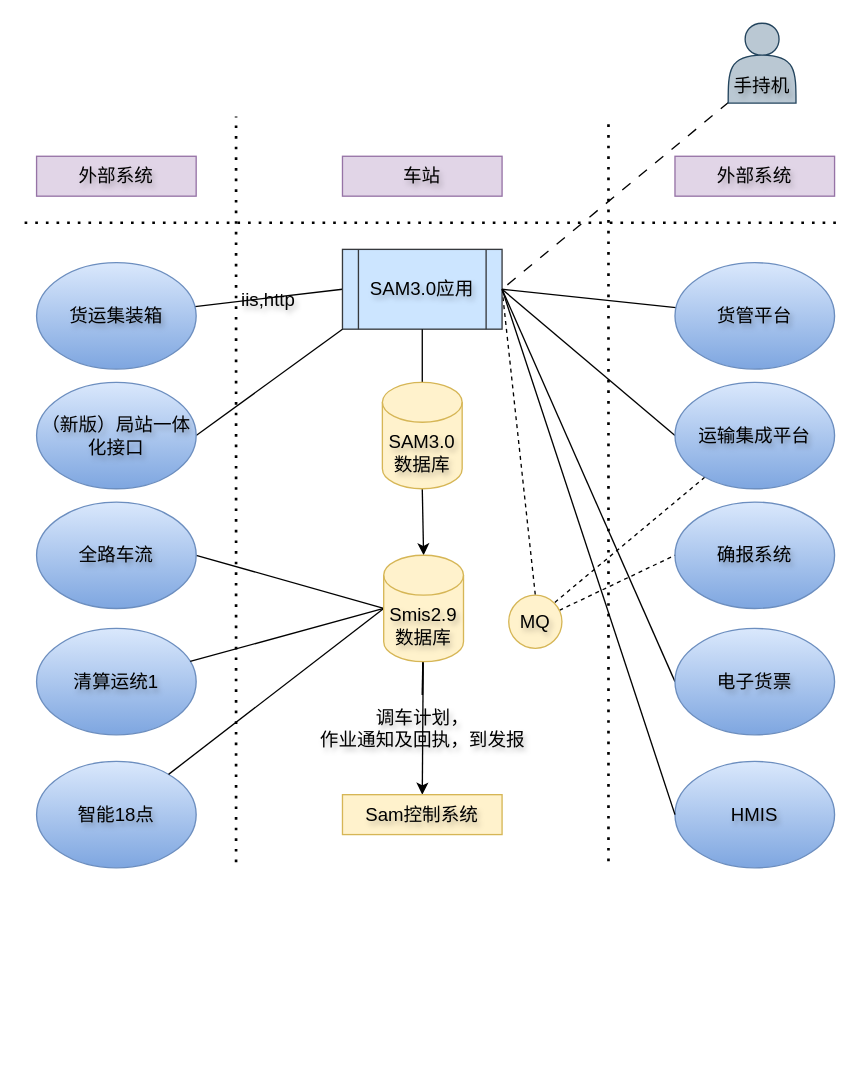
Earlier version of the draw.io diagram 新丰镇切换方案网络架构图/Sam3.0网络架构.drawio (wxl18335844494/myFlowChart). Source tidied: cells renumbered, new cells numbered last; positions are measured from the earlier drawing's top-left corner, leaving out a move shared by most shapes. Both pictures are drawn from the tidied source at 133%, with x=0, y=0 at pixel (24, 23).
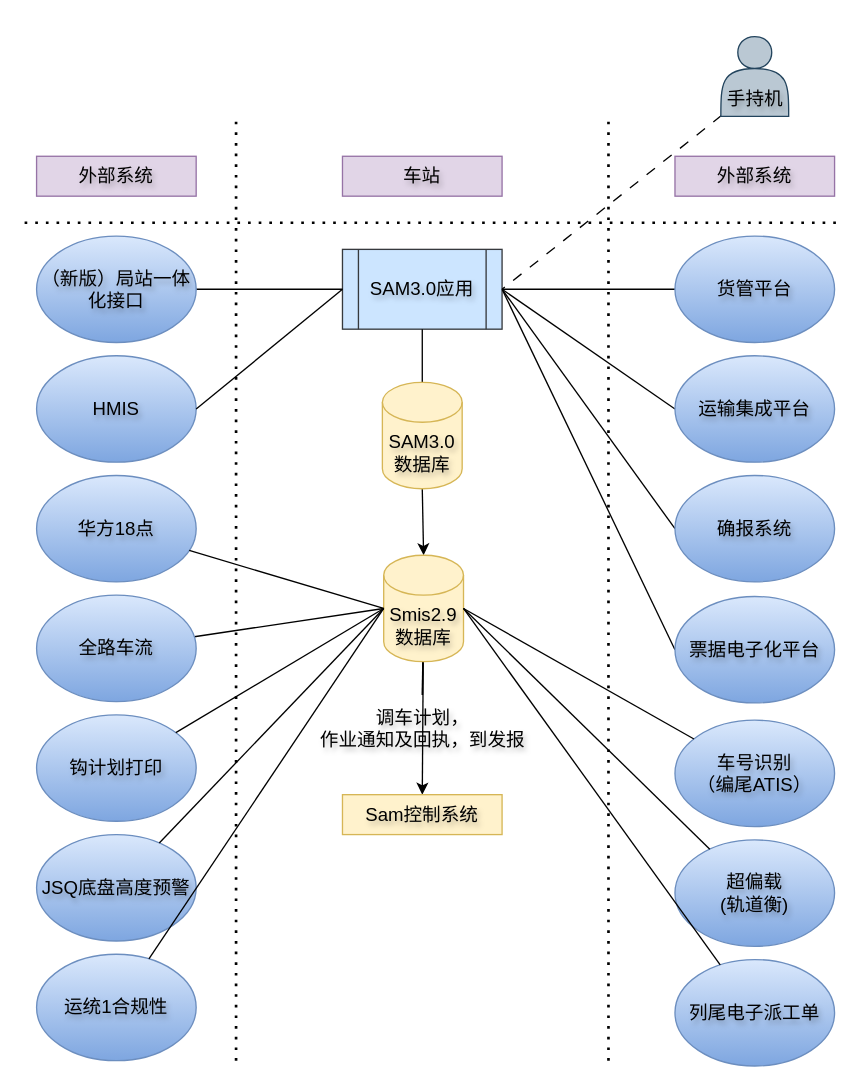
The same diagram, later.

Commit message:
更新Sam3.0网络架构.drawio

The change refers to these unchanged cells:
```xml
<mxCell id="11" value="&lt;font&gt;SAM3.0应用&lt;/font&gt;" style="shape=process;whiteSpace=wrap;html=1;backgroundOutline=1;hachureGap=4;fontFamily=Helvetica;fontSize=14;fillColor=#cce5ff;strokeColor=#36393d;textShadow=1;labelBackgroundColor=none;labelBorderColor=none;" parent="1" vertex="1">
  <mxGeometry x="239" y="170" width="120" height="60" as="geometry" />
</mxCell>
<mxCell id="43" value="&lt;font&gt;Smis2.9&lt;/font&gt;&lt;div&gt;&lt;font&gt;数据库&lt;/font&gt;&lt;/div&gt;" style="shape=cylinder3;whiteSpace=wrap;html=1;boundedLbl=1;backgroundOutline=1;size=15;hachureGap=4;fontFamily=Helvetica;fontSize=14;fillColor=#fff2cc;strokeColor=#d6b656;textShadow=1;labelBackgroundColor=none;labelBorderColor=none;" parent="1" vertex="1">
  <mxGeometry x="270" y="400" width="60" height="80" as="geometry" />
</mxCell>
```

The edit, as a diff of the source:
```diff
@@
-    <mxCell id="5" style="rounded=0;hachureGap=4;jettySize=auto;html=1;entryX=0;entryY=0.5;entryDx=0;entryDy=0;fontFamily=Helvetica;endArrow=none;endFill=0;fontSize=14;textShadow=1;labelBackgroundColor=none;labelBorderColor=none;" parent="1" edge="1" source="7" target="11">
-      <mxGeometry relative="1" as="geometry" />
-    </mxCell>
-    <mxCell id="6" value="iis,http" style="edgeLabel;html=1;align=center;verticalAlign=middle;sketch=1;hachureGap=4;jiggle=2;curveFitting=1;fontFamily=Helvetica;fontSize=14;textShadow=1;labelBackgroundColor=none;labelBorderColor=none;" parent="5" vertex="1">
-      <mxGeometry x="-0.04" y="-1" relative="1" as="geometry">
-        <mxPoint x="1" as="offset" />
-      </mxGeometry>
-    </mxCell>
-    <mxCell id="7" value="&lt;font&gt;货运集装箱&lt;/font&gt;" style="ellipse;whiteSpace=wrap;html=1;hachureGap=4;fontFamily=Helvetica;fontSize=14;fillColor=#dae8fc;strokeColor=#6c8ebf;textShadow=1;labelBackgroundColor=none;labelBorderColor=none;gradientColor=#7ea6e0;" parent="1" vertex="1">
-      <mxGeometry x="9" y="180" width="120" height="80" as="geometry" />
-    </mxCell>
-    <mxCell id="8" value="&lt;font&gt;清算运统1&lt;/font&gt;" style="ellipse;whiteSpace=wrap;html=1;hachureGap=4;fontFamily=Helvetica;fontSize=14;fillColor=#dae8fc;strokeColor=#6c8ebf;textShadow=1;labelBackgroundColor=none;labelBorderColor=none;gradientColor=#7ea6e0;" parent="1" vertex="1">
-      <mxGeometry x="9" y="455" width="120" height="80" as="geometry" />
-    </mxCell>
-    <mxCell id="9" value="智能18点" style="ellipse;whiteSpace=wrap;html=1;hachureGap=4;fontFamily=Helvetica;fontSize=14;fillColor=#dae8fc;strokeColor=#6c8ebf;textShadow=1;labelBackgroundColor=none;labelBorderColor=none;gradientColor=#7ea6e0;" parent="1" vertex="1">
-      <mxGeometry x="9" y="555" width="120" height="80" as="geometry" />
-    </mxCell>
-    <mxCell id="10" style="rounded=0;hachureGap=4;jettySize=auto;html=1;entryX=0.5;entryY=0;entryDx=0;entryDy=0;fontFamily=Architects Daughter;endArrow=none;endFill=0;dashed=1;exitX=1;exitY=0.5;exitDx=0;exitDy=0;textShadow=1;labelBackgroundColor=none;labelBorderColor=none;" parent="1" edge="1" source="11" target="29">
-      <mxGeometry relative="1" as="geometry" />
-    </mxCell>
+    <mxCell id="44" style="rounded=0;hachureGap=4;jettySize=auto;html=1;entryX=0;entryY=0.5;entryDx=0;entryDy=0;fontFamily=Architects Daughter;endArrow=none;endFill=0;exitX=1;exitY=0.5;exitDx=0;exitDy=0;" parent="1" edge="1" source="11" target="22">
+      <mxGeometry relative="1" as="geometry" />
+    </mxCell>
@@
     <mxCell id="15" style="endArrow=none;dashed=1;html=1;dashPattern=1 3;strokeWidth=2;rounded=0;hachureGap=4;fontFamily=Helvetica;fontSize=14;textShadow=1;labelBackgroundColor=none;labelBorderColor=none;" parent="1" edge="1">
       <mxGeometry relative="1" as="geometry">
-        <mxPoint x="439" y="630" as="sourcePoint" />
+        <mxPoint x="439" y="780" as="sourcePoint" />
         <mxPoint x="439" y="70" as="targetPoint" />
       </mxGeometry>
     </mxCell>
@@
     <mxCell id="17" style="endArrow=none;dashed=1;html=1;dashPattern=1 3;strokeWidth=2;rounded=0;hachureGap=4;fontFamily=Helvetica;fontSize=14;textShadow=1;labelBackgroundColor=none;labelBorderColor=none;" parent="1" edge="1">
       <mxGeometry relative="1" as="geometry">
-        <mxPoint x="159" y="630.8" as="sourcePoint" />
+        <mxPoint x="159" y="780" as="sourcePoint" />
         <mxPoint x="159" y="70" as="targetPoint" />
       </mxGeometry>
     </mxCell>
-    <mxCell id="18" style="rounded=0;hachureGap=4;jettySize=auto;html=1;entryX=0;entryY=0.5;entryDx=0;entryDy=0;fontFamily=Architects Daughter;exitX=1;exitY=0.5;exitDx=0;exitDy=0;endArrow=none;endFill=0;entryPerimeter=0;textShadow=1;labelBackgroundColor=none;labelBorderColor=none;" parent="1" edge="1" source="19" target="43">
-      <mxGeometry relative="1" as="geometry" />
-    </mxCell>
-    <mxCell id="19" value="&lt;span&gt;全路车流&lt;/span&gt;" style="ellipse;whiteSpace=wrap;html=1;hachureGap=4;fontFamily=Helvetica;fontSize=14;fillColor=#dae8fc;strokeColor=#6c8ebf;textShadow=1;labelBackgroundColor=none;labelBorderColor=none;gradientColor=#7ea6e0;" parent="1" vertex="1">
-      <mxGeometry x="9" y="360" width="120" height="80" as="geometry" />
-    </mxCell>
@@
     <mxCell id="21" value="货管平台" style="ellipse;whiteSpace=wrap;html=1;hachureGap=4;fontFamily=Helvetica;fontSize=14;fillColor=#dae8fc;strokeColor=#6c8ebf;textShadow=1;labelBackgroundColor=none;labelBorderColor=none;fillStyle=auto;gradientColor=#7ea6e0;" parent="1" vertex="1">
-      <mxGeometry x="489" y="180" width="120" height="80" as="geometry" />
+      <mxGeometry x="489" y="160" width="120" height="80" as="geometry" />
     </mxCell>
     <mxCell id="22" value="&lt;font&gt;确报系统&lt;/font&gt;" style="ellipse;whiteSpace=wrap;html=1;hachureGap=4;fontFamily=Helvetica;fontSize=14;fillColor=#dae8fc;strokeColor=#6c8ebf;textShadow=1;labelBackgroundColor=none;labelBorderColor=none;fillStyle=auto;gradientColor=#7ea6e0;" parent="1" vertex="1">
-      <mxGeometry x="489" y="360" width="120" height="80" as="geometry" />
+      <mxGeometry x="489" y="340" width="120" height="80" as="geometry" />
     </mxCell>
@@
-    <mxCell id="24" style="rounded=0;hachureGap=4;jettySize=auto;html=1;entryX=1;entryY=0;entryDx=0;entryDy=0;fontFamily=Helvetica;endArrow=none;endFill=0;dashed=1;fontSize=14;textShadow=1;labelBackgroundColor=none;labelBorderColor=none;" parent="1" edge="1" source="25" target="29">
-      <mxGeometry relative="1" as="geometry" />
-    </mxCell>
     <mxCell id="25" value="&lt;font&gt;运输集成平台&lt;/font&gt;" style="ellipse;whiteSpace=wrap;html=1;hachureGap=4;fontFamily=Helvetica;fontSize=14;fillColor=#dae8fc;strokeColor=#6c8ebf;textShadow=1;labelBackgroundColor=none;labelBorderColor=none;fillStyle=auto;gradientColor=#7ea6e0;" parent="1" vertex="1">
-      <mxGeometry x="489" y="270" width="120" height="80" as="geometry" />
+      <mxGeometry x="489" y="250" width="120" height="80" as="geometry" />
     </mxCell>
@@
-    <mxCell id="27" value="&lt;font&gt;电子货票&lt;/font&gt;" style="ellipse;whiteSpace=wrap;html=1;hachureGap=4;fontFamily=Helvetica;fontSize=14;fillColor=#dae8fc;strokeColor=#6c8ebf;textShadow=1;labelBackgroundColor=none;labelBorderColor=none;fillStyle=auto;gradientColor=#7ea6e0;" parent="1" vertex="1">
-      <mxGeometry x="489" y="455" width="120" height="80" as="geometry" />
+    <mxCell id="27" value="票据电子化平台" style="ellipse;whiteSpace=wrap;html=1;hachureGap=4;fontFamily=Helvetica;fontSize=14;fillColor=#dae8fc;strokeColor=#6c8ebf;textShadow=1;labelBackgroundColor=none;labelBorderColor=none;fillStyle=auto;gradientColor=#7ea6e0;" parent="1" vertex="1">
+      <mxGeometry x="489" y="431" width="120" height="80" as="geometry" />
     </mxCell>
-    <mxCell id="28" style="rounded=0;hachureGap=4;jettySize=auto;html=1;entryX=0;entryY=0.5;entryDx=0;entryDy=0;fontFamily=Architects Daughter;endArrow=none;endFill=0;dashed=1;textShadow=1;labelBackgroundColor=none;labelBorderColor=none;" parent="1" edge="1" source="29" target="22">
-      <mxGeometry relative="1" as="geometry" />
-    </mxCell>
-    <mxCell id="29" value="MQ" style="ellipse;whiteSpace=wrap;html=1;hachureGap=4;fontFamily=Helvetica;fillColor=#fff2cc;strokeColor=#d6b656;fontSize=14;textShadow=1;labelBackgroundColor=none;labelBorderColor=none;" parent="1" vertex="1">
-      <mxGeometry x="364" y="430" width="40" height="40" as="geometry" />
-    </mxCell>
@@
     <mxCell id="31" value="&lt;div&gt;&lt;br&gt;&lt;/div&gt;&lt;div&gt;&lt;br&gt;&lt;/div&gt;手持机" style="shape=actor;whiteSpace=wrap;html=1;hachureGap=4;fontFamily=Helvetica;fontSize=14;textShadow=1;labelBackgroundColor=none;labelBorderColor=none;fillColor=#bac8d3;strokeColor=#23445d;" parent="1" vertex="1">
-      <mxGeometry x="529" width="51" height="60" as="geometry" />
+      <mxGeometry x="523.5" y="10" width="51" height="60" as="geometry" />
     </mxCell>
     <mxCell id="32" value="&lt;font&gt;HMIS&lt;/font&gt;" style="ellipse;whiteSpace=wrap;html=1;hachureGap=4;fontFamily=Helvetica;fontSize=14;fillColor=#dae8fc;strokeColor=#6c8ebf;textShadow=1;labelBackgroundColor=none;labelBorderColor=none;fillStyle=auto;gradientColor=#7ea6e0;" parent="1" vertex="1">
-      <mxGeometry x="489" y="555" width="120" height="80" as="geometry" />
+      <mxGeometry x="9" y="250" width="120" height="80" as="geometry" />
     </mxCell>
@@
-    <mxCell id="35" style="rounded=0;hachureGap=4;jettySize=auto;html=1;entryX=1;entryY=0.5;entryDx=0;entryDy=0;fontFamily=Architects Daughter;endArrow=none;endFill=0;exitX=0;exitY=0.5;exitDx=0;exitDy=0;textShadow=1;labelBackgroundColor=none;labelBorderColor=none;" parent="1" edge="1" source="32" target="11">
+    <mxCell id="35" style="rounded=0;hachureGap=4;jettySize=auto;html=1;entryX=0;entryY=0.5;entryDx=0;entryDy=0;fontFamily=Architects Daughter;endArrow=none;endFill=0;exitX=1;exitY=0.5;exitDx=0;exitDy=0;textShadow=1;labelBackgroundColor=none;labelBorderColor=none;" parent="1" edge="1" source="32" target="11">
       <mxGeometry relative="1" as="geometry" />
     </mxCell>
-    <mxCell id="36" style="rounded=0;hachureGap=4;jettySize=auto;html=1;entryX=0;entryY=0.5;entryDx=0;entryDy=0;entryPerimeter=0;fontFamily=Architects Daughter;endArrow=none;endFill=0;textShadow=1;labelBackgroundColor=none;labelBorderColor=none;" parent="1" edge="1" source="8" target="43">
-      <mxGeometry relative="1" as="geometry" />
-    </mxCell>
@@
-    <mxCell id="39" style="rounded=0;hachureGap=4;jettySize=auto;html=1;entryX=0;entryY=0.5;entryDx=0;entryDy=0;entryPerimeter=0;fontFamily=Architects Daughter;endArrow=none;endFill=0;textShadow=1;labelBackgroundColor=none;labelBorderColor=none;" parent="1" edge="1" source="9" target="43">
-      <mxGeometry relative="1" as="geometry" />
-    </mxCell>
-    <mxCell id="40" style="rounded=0;hachureGap=4;jettySize=auto;html=1;entryX=0;entryY=1;entryDx=0;entryDy=0;fontFamily=Architects Daughter;endArrow=none;endFill=0;startArrow=none;startFill=0;exitX=1;exitY=0.5;exitDx=0;exitDy=0;textShadow=1;labelBackgroundColor=none;labelBorderColor=none;" parent="1" edge="1" source="41" target="11">
+    <mxCell id="40" style="rounded=0;hachureGap=4;jettySize=auto;html=1;entryX=0;entryY=0.5;entryDx=0;entryDy=0;fontFamily=Architects Daughter;endArrow=none;endFill=0;startArrow=none;startFill=0;exitX=1;exitY=0.5;exitDx=0;exitDy=0;textShadow=1;labelBackgroundColor=none;labelBorderColor=none;" parent="1" edge="1" source="41" target="11">
       <mxGeometry relative="1" as="geometry" />
     </mxCell>
     <mxCell id="41" value="&lt;span&gt;（新版）局站一体化接口&lt;/span&gt;" style="ellipse;whiteSpace=wrap;html=1;hachureGap=4;fontFamily=Helvetica;fontSize=14;fillColor=#dae8fc;strokeColor=#6c8ebf;textShadow=1;labelBackgroundColor=none;labelBorderColor=none;gradientColor=#7ea6e0;" parent="1" vertex="1">
-      <mxGeometry x="9" y="270" width="120" height="80" as="geometry" />
+      <mxGeometry x="9" y="160" width="120" height="80" as="geometry" />
     </mxCell>
@@
+    <mxCell id="45" value="&lt;font&gt;车号识别&lt;/font&gt;&lt;div&gt;&lt;font&gt;（编尾ATIS）&lt;/font&gt;&lt;/div&gt;" style="ellipse;whiteSpace=wrap;html=1;hachureGap=4;fontFamily=Helvetica;fontSize=14;fillColor=#dae8fc;strokeColor=#6c8ebf;gradientColor=#7ea6e0;textShadow=1;" parent="1" vertex="1">
+      <mxGeometry x="489" y="524" width="120" height="80" as="geometry" />
+    </mxCell>
+    <mxCell id="46" value="超偏载&lt;br&gt;(轨道衡)" style="ellipse;whiteSpace=wrap;html=1;hachureGap=4;fontFamily=Helvetica;fontSize=14;fillColor=#dae8fc;strokeColor=#6c8ebf;gradientColor=#7ea6e0;textShadow=1;" parent="1" vertex="1">
+      <mxGeometry x="489" y="614" width="120" height="80" as="geometry" />
+    </mxCell>
+    <mxCell id="47" value="列尾电子派工单" style="ellipse;whiteSpace=wrap;html=1;hachureGap=4;fontFamily=Helvetica;fontSize=14;fillColor=#dae8fc;strokeColor=#6c8ebf;gradientColor=#7ea6e0;textShadow=1;" parent="1" vertex="1">
+      <mxGeometry x="489" y="704" width="120" height="80" as="geometry" />
+    </mxCell>
+    <mxCell id="48" value="华方18点" style="ellipse;whiteSpace=wrap;html=1;hachureGap=4;fontFamily=Helvetica;fontSize=14;fillColor=#dae8fc;strokeColor=#6c8ebf;gradientColor=#7ea6e0;textShadow=1;" parent="1" vertex="1">
+      <mxGeometry x="9" y="340" width="120" height="80" as="geometry" />
+    </mxCell>
+    <mxCell id="49" style="rounded=0;hachureGap=4;jettySize=auto;html=1;fontFamily=Architects Daughter;endArrow=none;endFill=0;" parent="1" edge="1" source="19">
+      <mxGeometry relative="1" as="geometry">
+        <mxPoint x="270" y="440" as="targetPoint" />
+      </mxGeometry>
+    </mxCell>
+    <mxCell id="19" value="&lt;span&gt;全路车流&lt;/span&gt;" style="ellipse;whiteSpace=wrap;html=1;hachureGap=4;fontFamily=Helvetica;fontSize=14;fillColor=#dae8fc;strokeColor=#6c8ebf;gradientColor=#7ea6e0;textShadow=1;" parent="1" vertex="1">
+      <mxGeometry x="9" y="430" width="120" height="80" as="geometry" />
+    </mxCell>
+    <mxCell id="50" value="&lt;span&gt;钩计划打印&lt;/span&gt;" style="ellipse;whiteSpace=wrap;html=1;hachureGap=4;fontFamily=Helvetica;fontSize=14;fillColor=#dae8fc;strokeColor=#6c8ebf;gradientColor=#7ea6e0;textShadow=1;" parent="1" vertex="1">
+      <mxGeometry x="9" y="520" width="120" height="80" as="geometry" />
+    </mxCell>
+    <mxCell id="51" value="&lt;span&gt;JSQ底盘高度预警&lt;/span&gt;" style="ellipse;whiteSpace=wrap;html=1;hachureGap=4;fontFamily=Helvetica;fontSize=14;fillColor=#dae8fc;strokeColor=#6c8ebf;gradientColor=#7ea6e0;textShadow=1;" parent="1" vertex="1">
+      <mxGeometry x="9" y="610" width="120" height="80" as="geometry" />
+    </mxCell>
+    <mxCell id="52" value="&lt;span&gt;运统1合规性&lt;/span&gt;" style="ellipse;whiteSpace=wrap;html=1;hachureGap=4;fontFamily=Helvetica;fontSize=14;fillColor=#dae8fc;strokeColor=#6c8ebf;gradientColor=#7ea6e0;textShadow=1;" parent="1" vertex="1">
+      <mxGeometry x="9" y="700" width="120" height="80" as="geometry" />
+    </mxCell>
+    <mxCell id="53" style="rounded=0;hachureGap=4;jettySize=auto;html=1;entryX=0;entryY=0.5;entryDx=0;entryDy=0;entryPerimeter=0;fontFamily=Architects Daughter;endArrow=none;endFill=0;" parent="1" edge="1" source="48" target="43">
+      <mxGeometry relative="1" as="geometry" />
+    </mxCell>
+    <mxCell id="54" style="rounded=0;hachureGap=4;jettySize=auto;html=1;entryX=0;entryY=0.5;entryDx=0;entryDy=0;entryPerimeter=0;fontFamily=Architects Daughter;endArrow=none;endFill=0;" parent="1" edge="1" source="50" target="43">
+      <mxGeometry relative="1" as="geometry" />
+    </mxCell>
+    <mxCell id="55" style="rounded=0;hachureGap=4;jettySize=auto;html=1;entryX=0;entryY=0.5;entryDx=0;entryDy=0;entryPerimeter=0;fontFamily=Architects Daughter;endArrow=none;endFill=0;" parent="1" edge="1" source="51" target="43">
+      <mxGeometry relative="1" as="geometry" />
+    </mxCell>
+    <mxCell id="56" style="rounded=0;hachureGap=4;jettySize=auto;html=1;entryX=0;entryY=0.5;entryDx=0;entryDy=0;entryPerimeter=0;fontFamily=Architects Daughter;endArrow=none;endFill=0;" parent="1" edge="1" source="52" target="43">
+      <mxGeometry relative="1" as="geometry" />
+    </mxCell>
+    <mxCell id="57" style="rounded=0;hachureGap=4;jettySize=auto;html=1;entryX=1;entryY=0.5;entryDx=0;entryDy=0;entryPerimeter=0;fontFamily=Architects Daughter;endArrow=none;endFill=0;" parent="1" edge="1" source="45" target="43">
+      <mxGeometry relative="1" as="geometry" />
+    </mxCell>
+    <mxCell id="58" style="rounded=0;hachureGap=4;jettySize=auto;html=1;entryX=1;entryY=0.5;entryDx=0;entryDy=0;entryPerimeter=0;fontFamily=Architects Daughter;endArrow=none;endFill=0;" parent="1" edge="1" source="46" target="43">
+      <mxGeometry relative="1" as="geometry" />
+    </mxCell>
+    <mxCell id="59" style="rounded=0;hachureGap=4;jettySize=auto;html=1;entryX=1;entryY=0.5;entryDx=0;entryDy=0;entryPerimeter=0;fontFamily=Architects Daughter;endArrow=none;endFill=0;" parent="1" edge="1" source="47" target="43">
+      <mxGeometry relative="1" as="geometry" />
+    </mxCell>
```
